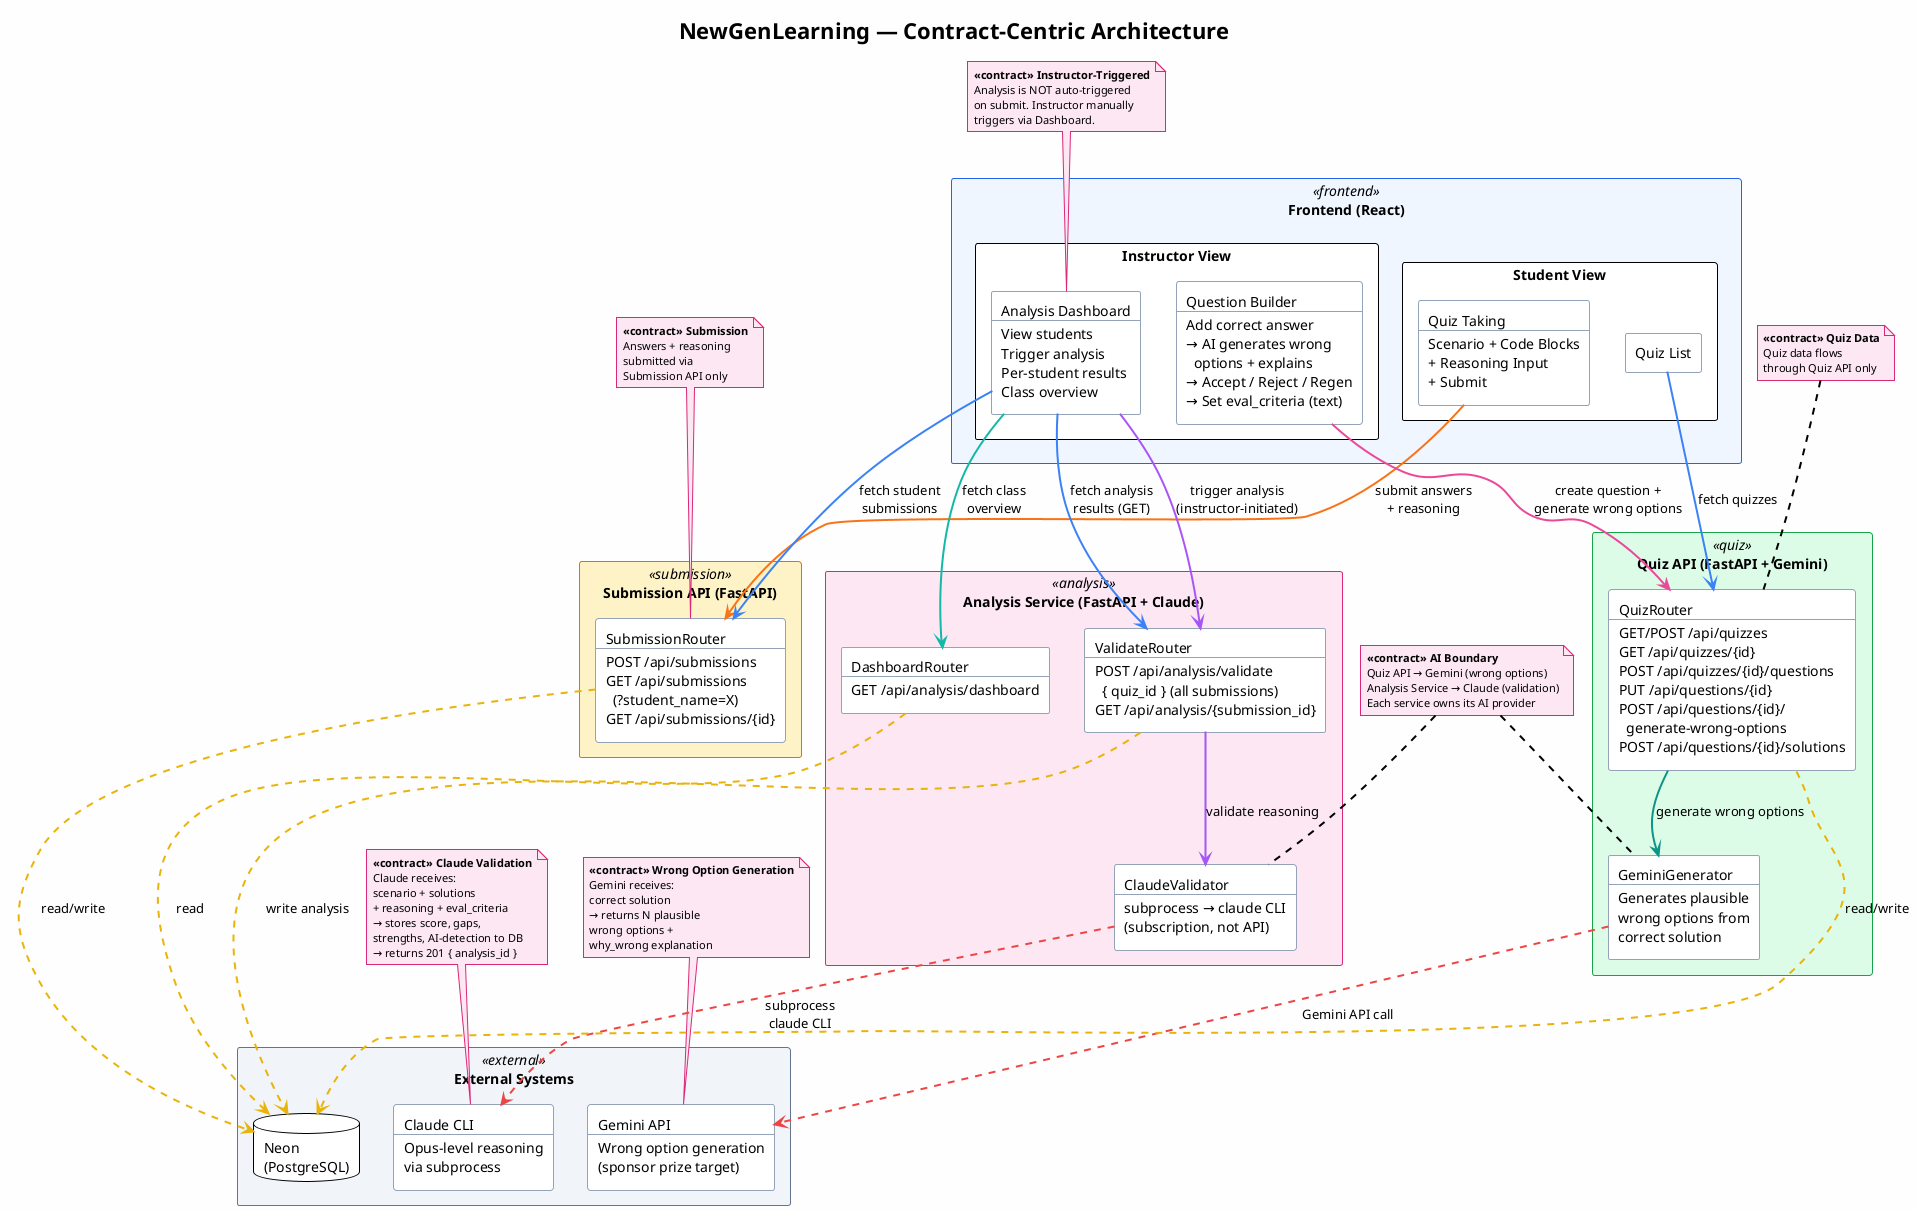
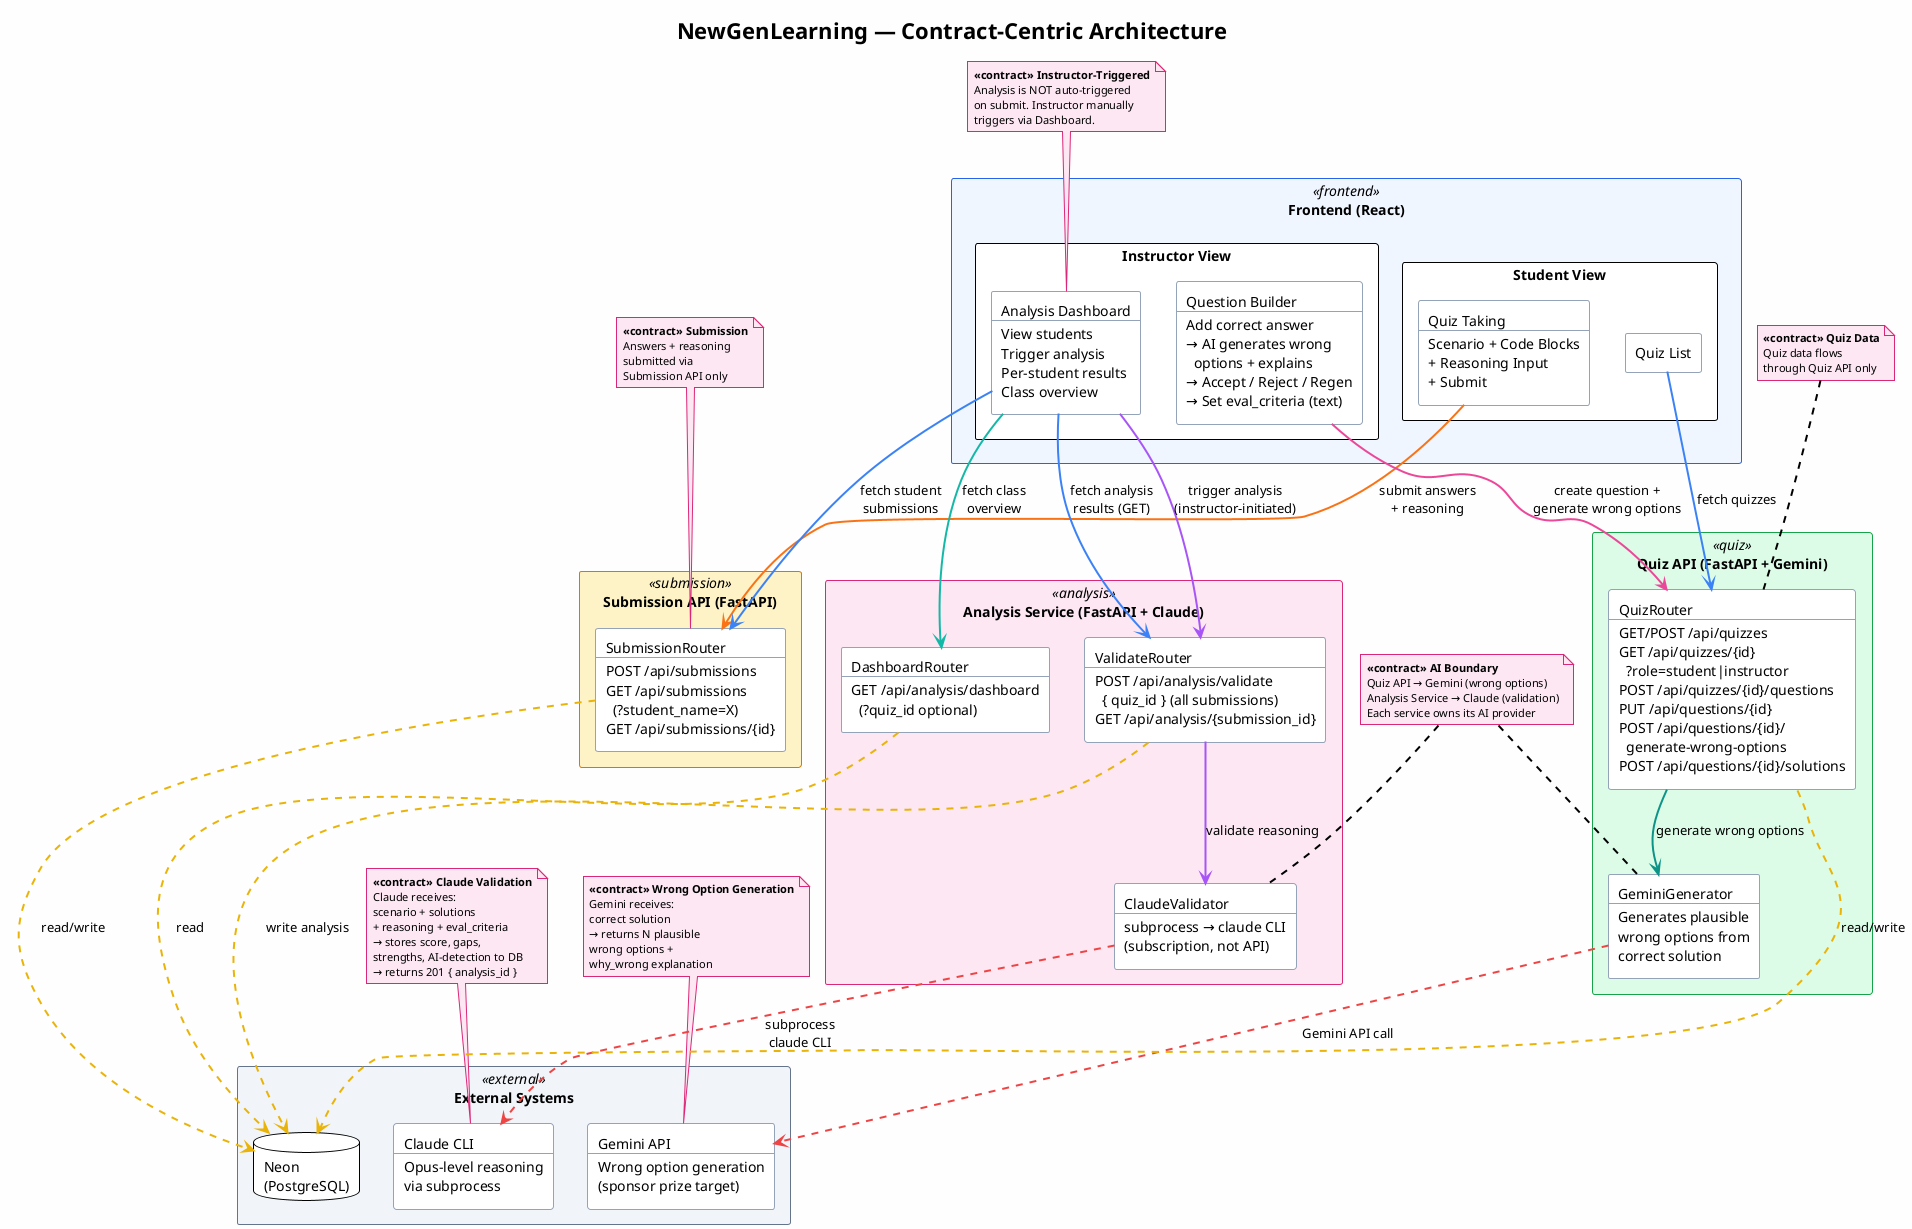
@startuml NewGenLearning Architecture Contract
!theme plain
skinparam backgroundColor #FEFEFE
skinparam defaultFontName "Segoe UI"
skinparam packageStyle rectangle
skinparam componentStyle rectangle
skinparam arrowThickness 2
skinparam shadowing false

title NewGenLearning — Contract-Centric Architecture

' === Colors ===
skinparam package {
  BackgroundColor<<frontend>> #EFF6FF
  BorderColor<<frontend>> #2563EB
  BackgroundColor<<quiz>> #DCFCE7
  BorderColor<<quiz>> #16A34A
  BackgroundColor<<submission>> #FEF3C7
  BorderColor<<submission>> #D97706
  BackgroundColor<<analysis>> #FCE7F3
  BorderColor<<analysis>> #DB2777
  BackgroundColor<<external>> #F1F5F9
  BorderColor<<external>> #64748B
}

skinparam component {
  BackgroundColor #FFFFFF
  BorderColor #94A3B8
}

skinparam note {
  BackgroundColor #FCE7F3
  BorderColor #DB2777
  FontSize 11
}

' ========== FRONTEND ==========
package "Frontend (React)" <<frontend>> {

  package "Student View" {
    component [Quiz List] as QL
    component [Quiz Taking\n---\nScenario + Code Blocks\n+ Reasoning Input\n+ Submit] as QT
  }

  package "Instructor View" {
    component [Question Builder\n---\nAdd correct answer\n→ AI generates wrong\n  options + explains\n→ Accept / Reject / Regen\n→ Set eval_criteria (text)] as QB
    component [Analysis Dashboard\n---\nView students\nTrigger analysis\nPer-student results\nClass overview] as AD
  }
}

' ========== QUIZ API ==========
package "Quiz API (FastAPI + Gemini)" <<quiz>> {
-   component [QuizRouter\n---\nGET/POST /api/quizzes\nGET /api/quizzes/{id}\nPOST /api/quizzes/{id}/questions\nPUT /api/questions/{id}\nPOST /api/questions/{id}/\n  generate-wrong-options\nPOST /api/questions/{id}/solutions] as QR
+   component [QuizRouter\n---\nGET/POST /api/quizzes\nGET /api/quizzes/{id}\n  ?role=student|instructor\nPOST /api/quizzes/{id}/questions\nPUT /api/questions/{id}\nPOST /api/questions/{id}/\n  generate-wrong-options\nPOST /api/questions/{id}/solutions] as QR
  component [GeminiGenerator\n---\nGenerates plausible\nwrong options from\ncorrect solution] as GG
}

' ========== SUBMISSION API ==========
package "Submission API (FastAPI)" <<submission>> {
  component [SubmissionRouter\n---\nPOST /api/submissions\nGET /api/submissions\n  (?student_name=X)\nGET /api/submissions/{id}] as SR
}

' ========== ANALYSIS SERVICE ==========
package "Analysis Service (FastAPI + Claude)" <<analysis>> {
  component [ValidateRouter\n---\nPOST /api/analysis/validate\n  { quiz_id } (all submissions)\nGET /api/analysis/{submission_id}] as VR
-   component [DashboardRouter\n---\nGET /api/analysis/dashboard] as DR
+   component [DashboardRouter\n---\nGET /api/analysis/dashboard\n  (?quiz_id optional)] as DR
  component [ClaudeValidator\n---\nsubprocess → claude CLI\n(subscription, not API)] as CV
}

' ========== EXTERNAL ==========
package "External Systems" <<external>> {
  component [Claude CLI\n---\nOpus-level reasoning\nvia subprocess] as CLAUDE
  component [Gemini API\n---\nWrong option generation\n(sponsor prize target)] as GEMINI
  database "Neon\n(PostgreSQL)" as DB
}

' ========== CONTRACTS (Notes) ==========
note as C1
  **«contract» Quiz Data**
  Quiz data flows
  through Quiz API only
end note

note as C2
  **«contract» Submission**
  Answers + reasoning
  submitted via
  Submission API only
end note

note as C3
  **«contract» AI Boundary**
  Quiz API → Gemini (wrong options)
  Analysis Service → Claude (validation)
  Each service owns its AI provider
end note

note as C4
  **«contract» Instructor-Triggered**
  Analysis is NOT auto-triggered
  on submit. Instructor manually
  triggers via Dashboard.
end note

note as C5
  **«contract» Claude Validation**
  Claude receives:
  scenario + solutions
  + reasoning + eval_criteria
  → stores score, gaps,
  strengths, AI-detection to DB
  → returns 201 { analysis_id }
end note

note as C6
  **«contract» Wrong Option Generation**
  Gemini receives:
  correct solution
  → returns N plausible
  wrong options +
  why_wrong explanation
end note

' ========== STUDENT FLOW (UC2) ==========
QL -[#3B82F6]-> QR : fetch quizzes
QT -[#F97316]-> SR : submit answers\n+ reasoning

' ========== INSTRUCTOR QUESTION FLOW (UC1) ==========
QB -[#EC4899]-> QR : create question +\ngenerate wrong options
QR -[#0D9488]-> GG : generate wrong options
GG .[#EF4444].> GEMINI : Gemini API call

' ========== INSTRUCTOR ANALYSIS FLOW (UC3/UC4) ==========
AD -[#A855F7]-> VR : trigger analysis\n(instructor-initiated)
AD -[#3B82F6]-> VR : fetch analysis\nresults (GET)
AD -[#3B82F6]-> SR : fetch student\nsubmissions
AD -[#14B8A6]-> DR : fetch class\noverview

' ========== VALIDATION FLOW ==========
VR -[#A855F7]-> CV : validate reasoning
CV .[#EF4444].> CLAUDE : subprocess\nclaude CLI

' ========== DATABASE ==========
QR .[#EAB308].> DB : read/write
SR .[#EAB308].> DB : read/write
VR .[#EAB308].> DB : write analysis
DR .[#EAB308].> DB : read

' ========== CONTRACT PLACEMENTS ==========
C1 .. QR
C2 .. SR
C3 .. GG
C3 .. CV
C4 .. AD
C5 .. CLAUDE
C6 .. GEMINI

@enduml
